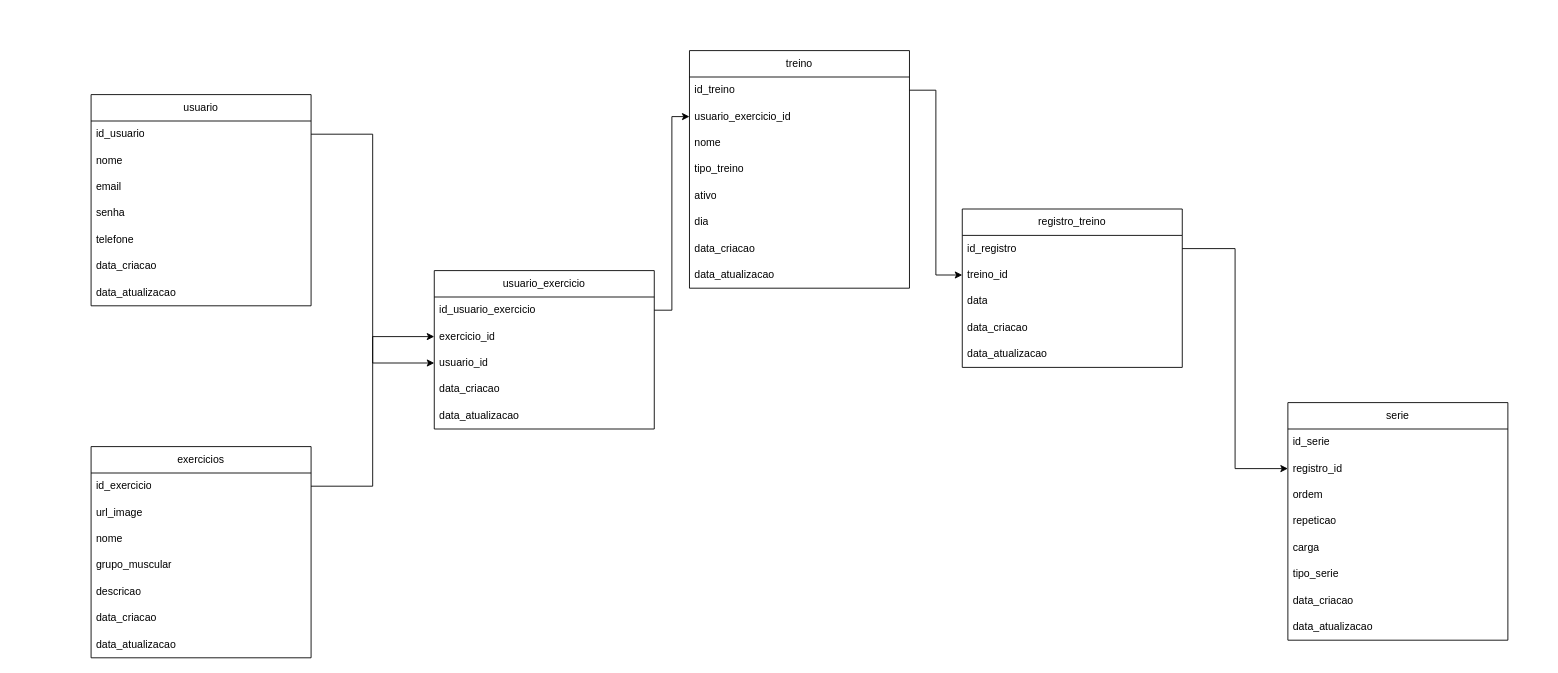
Before: data_base/modelagem_logica .drawio in viniciusfariac/projeto-my-gym, a draw.io diagram. Source tidied: cells renumbered, new cells numbered last; positions are measured from the earlier drawing's top-left corner, leaving out a move shared by most shapes. Both pictures are drawn from the tidied source at 88%, with x=0, y=0 at pixel (91, 50).
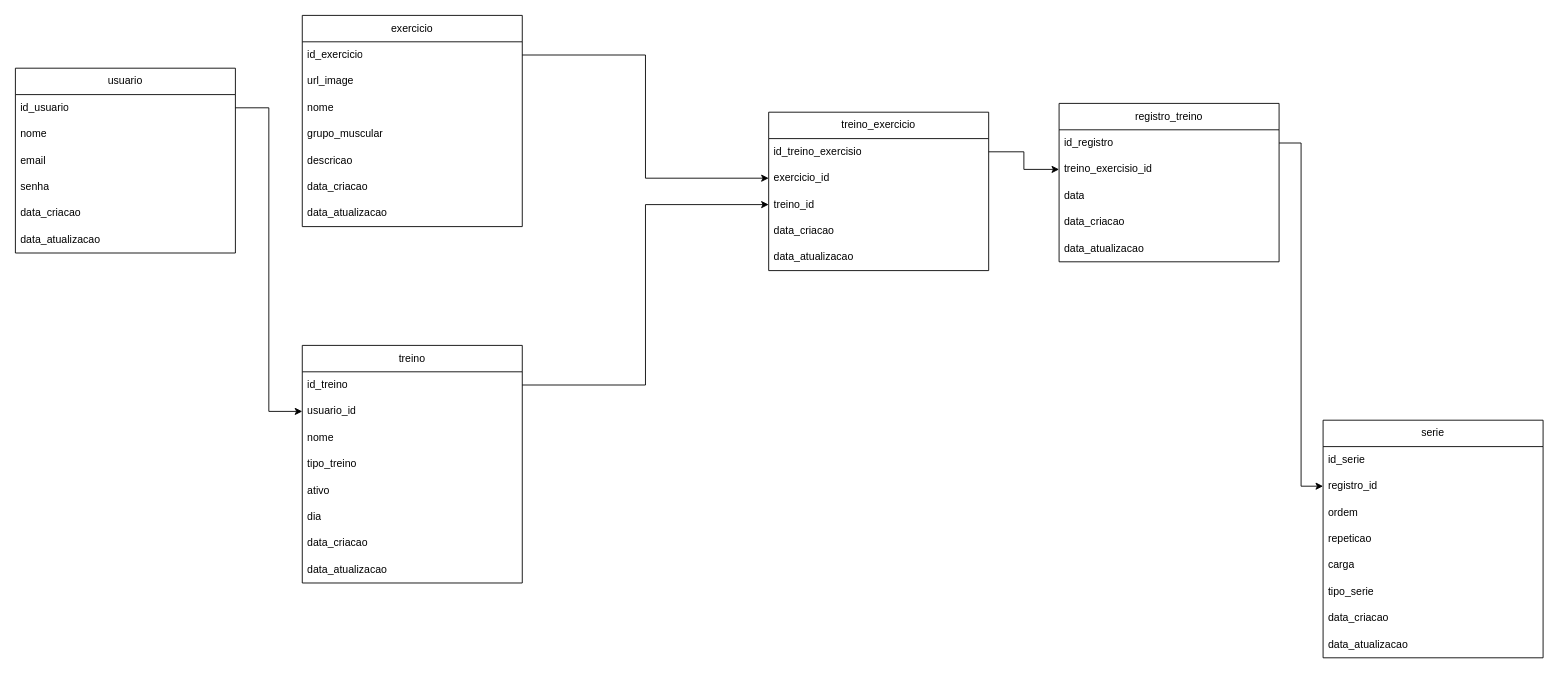
The same page after the edit.

Commit message (it also covers changes not shown here):
feat: adicionando o banco atualizado e funcionando

Unchanged cells that the change refers to:
```xml
<mxCell id="3" value="id_usuario" style="text;strokeColor=none;fillColor=none;align=left;verticalAlign=middle;spacingLeft=4;spacingRight=4;overflow=hidden;points=[[0,0.5],[1,0.5]];portConstraint=eastwest;whiteSpace=wrap;html=1;" parent="2" vertex="1">
  <mxGeometry y="30" width="250" height="30" as="geometry" />
</mxCell>
<mxCell id="11" value="id_exercicio" style="text;strokeColor=none;fillColor=none;align=left;verticalAlign=middle;spacingLeft=4;spacingRight=4;overflow=hidden;points=[[0,0.5],[1,0.5]];portConstraint=eastwest;whiteSpace=wrap;html=1;" parent="10" vertex="1">
  <mxGeometry y="30" width="250" height="30" as="geometry" />
</mxCell>
<mxCell id="20" value="exercicio_id" style="text;strokeColor=none;fillColor=none;align=left;verticalAlign=middle;spacingLeft=4;spacingRight=4;overflow=hidden;points=[[0,0.5],[1,0.5]];portConstraint=eastwest;whiteSpace=wrap;html=1;" parent="18" vertex="1">
  <mxGeometry y="60" width="250" height="30" as="geometry" />
</mxCell>
<mxCell id="25" value="id_registro" style="text;strokeColor=none;fillColor=none;align=left;verticalAlign=middle;spacingLeft=4;spacingRight=4;overflow=hidden;points=[[0,0.5],[1,0.5]];portConstraint=eastwest;whiteSpace=wrap;html=1;" parent="24" vertex="1">
  <mxGeometry y="30" width="250" height="30" as="geometry" />
</mxCell>
<mxCell id="34" value="registro_id" style="text;strokeColor=none;fillColor=none;align=left;verticalAlign=middle;spacingLeft=4;spacingRight=4;overflow=hidden;points=[[0,0.5],[1,0.5]];portConstraint=eastwest;whiteSpace=wrap;html=1;" parent="32" vertex="1">
  <mxGeometry y="60" width="250" height="30" as="geometry" />
</mxCell>
<mxCell id="43" value="id_treino" style="text;strokeColor=none;fillColor=none;align=left;verticalAlign=middle;spacingLeft=4;spacingRight=4;overflow=hidden;points=[[0,0.5],[1,0.5]];portConstraint=eastwest;whiteSpace=wrap;html=1;" parent="42" vertex="1">
  <mxGeometry y="30" width="250" height="30" as="geometry" />
</mxCell>
```

Change to the diagram source:
```diff
@@
     <mxCell id="2" value="usuario" style="swimlane;fontStyle=0;horizontal=1;startSize=30;whiteSpace=wrap;html=1;" parent="1" vertex="1">
-      <mxGeometry y="50" width="250" height="240" as="geometry" />
+      <mxGeometry x="-86" y="20" width="250" height="210" as="geometry" />
     </mxCell>
@@
-    <mxCell id="7" value="telefone" style="text;strokeColor=none;fillColor=none;align=left;verticalAlign=middle;spacingLeft=4;spacingRight=4;overflow=hidden;whiteSpace=wrap;html=1;" parent="2" vertex="1">
-      <mxGeometry y="150" width="250" height="30" as="geometry" />
-    </mxCell>
     <mxCell id="8" value="data_criacao" style="text;strokeColor=none;fillColor=none;align=left;verticalAlign=middle;spacingLeft=4;spacingRight=4;overflow=hidden;whiteSpace=wrap;html=1;" parent="2" vertex="1">
-      <mxGeometry y="180" width="250" height="30" as="geometry" />
+      <mxGeometry y="150" width="250" height="30" as="geometry" />
     </mxCell>
     <mxCell id="9" value="data_atualizacao" style="text;strokeColor=none;fillColor=none;align=left;verticalAlign=middle;spacingLeft=4;spacingRight=4;overflow=hidden;whiteSpace=wrap;html=1;" parent="2" vertex="1">
-      <mxGeometry y="210" width="250" height="30" as="geometry" />
+      <mxGeometry y="180" width="250" height="30" as="geometry" />
     </mxCell>
-    <mxCell id="10" value="exercicios" style="swimlane;fontStyle=0;horizontal=1;startSize=30;whiteSpace=wrap;html=1;" parent="1" vertex="1">
-      <mxGeometry y="450" width="250" height="240" as="geometry" />
+    <mxCell id="10" value="exercicio" style="swimlane;fontStyle=0;horizontal=1;startSize=30;whiteSpace=wrap;html=1;" parent="1" vertex="1">
+      <mxGeometry x="240" y="-40" width="250" height="240" as="geometry" />
     </mxCell>
@@
-    <mxCell id="18" value="usuario_exercicio" style="swimlane;fontStyle=0;horizontal=1;startSize=30;whiteSpace=wrap;html=1;" parent="1" vertex="1">
-      <mxGeometry x="390" y="250" width="250" height="180" as="geometry" />
+    <mxCell id="18" value="treino_exercic&lt;span style=&quot;background-color: transparent; color: light-dark(rgb(0, 0, 0), rgb(255, 255, 255));&quot;&gt;io&lt;/span&gt;" style="swimlane;fontStyle=0;horizontal=1;startSize=30;whiteSpace=wrap;html=1;" parent="1" vertex="1">
+      <mxGeometry x="770" y="70" width="250" height="180" as="geometry" />
     </mxCell>
-    <mxCell id="19" value="id_usuario_exercicio" style="text;strokeColor=none;fillColor=none;align=left;verticalAlign=middle;spacingLeft=4;spacingRight=4;overflow=hidden;points=[[0,0.5],[1,0.5]];portConstraint=eastwest;whiteSpace=wrap;html=1;" parent="18" vertex="1">
+    <mxCell id="19" value="id_treino_exercisio" style="text;strokeColor=none;fillColor=none;align=left;verticalAlign=middle;spacingLeft=4;spacingRight=4;overflow=hidden;points=[[0,0.5],[1,0.5]];portConstraint=eastwest;whiteSpace=wrap;html=1;" parent="18" vertex="1">
       <mxGeometry y="30" width="250" height="30" as="geometry" />
     </mxCell>
@@
-    <mxCell id="21" value="usuario_id" style="text;strokeColor=none;fillColor=none;align=left;verticalAlign=middle;spacingLeft=4;spacingRight=4;overflow=hidden;points=[[0,0.5],[1,0.5]];portConstraint=eastwest;whiteSpace=wrap;html=1;" parent="18" vertex="1">
+    <mxCell id="21" value="treino_id" style="text;strokeColor=none;fillColor=none;align=left;verticalAlign=middle;spacingLeft=4;spacingRight=4;overflow=hidden;points=[[0,0.5],[1,0.5]];portConstraint=eastwest;whiteSpace=wrap;html=1;" parent="18" vertex="1">
       <mxGeometry y="90" width="250" height="30" as="geometry" />
     </mxCell>
@@
     <mxCell id="24" value="registro_treino" style="swimlane;fontStyle=0;horizontal=1;startSize=30;whiteSpace=wrap;html=1;" parent="1" vertex="1">
-      <mxGeometry x="990" y="180" width="250" height="180" as="geometry" />
+      <mxGeometry x="1100" y="60" width="250" height="180" as="geometry" />
     </mxCell>
@@
-    <mxCell id="26" value="treino_id" style="text;strokeColor=none;fillColor=none;align=left;verticalAlign=middle;spacingLeft=4;spacingRight=4;overflow=hidden;points=[[0,0.5],[1,0.5]];portConstraint=eastwest;whiteSpace=wrap;html=1;" parent="24" vertex="1">
+    <mxCell id="26" value="treino_exercisio_id" style="text;strokeColor=none;fillColor=none;align=left;verticalAlign=middle;spacingLeft=4;spacingRight=4;overflow=hidden;points=[[0,0.5],[1,0.5]];portConstraint=eastwest;whiteSpace=wrap;html=1;" parent="24" vertex="1">
       <mxGeometry y="60" width="250" height="30" as="geometry" />
     </mxCell>
@@
-    <mxCell id="30" style="edgeStyle=orthogonalEdgeStyle;rounded=0;jettySize=auto;html=1;" parent="1" edge="1" source="3" target="21">
-      <mxGeometry relative="1" as="geometry" />
-    </mxCell>
-    <mxCell id="31" style="edgeStyle=orthogonalEdgeStyle;rounded=0;jettySize=auto;html=1;" parent="1" edge="1" source="11" target="20">
-      <mxGeometry relative="1" as="geometry" />
-    </mxCell>
     <mxCell id="32" value="serie" style="swimlane;fontStyle=0;horizontal=1;startSize=30;whiteSpace=wrap;html=1;" parent="1" vertex="1">
-      <mxGeometry x="1360" y="400" width="250" height="270" as="geometry" />
+      <mxGeometry x="1400" y="420" width="250" height="270" as="geometry" />
     </mxCell>
@@
-    <mxCell id="41" style="edgeStyle=orthogonalEdgeStyle;rounded=0;jettySize=auto;html=1;" parent="1" edge="1" source="25" target="34">
-      <mxGeometry relative="1" as="geometry" />
-    </mxCell>
     <mxCell id="42" value="treino" style="swimlane;fontStyle=0;horizontal=1;startSize=30;whiteSpace=wrap;html=1;" parent="1" vertex="1">
-      <mxGeometry x="680" width="250" height="270" as="geometry" />
+      <mxGeometry x="240" y="335" width="250" height="270" as="geometry" />
     </mxCell>
@@
-    <mxCell id="44" value="usuario_exercicio_id" style="text;strokeColor=none;fillColor=none;align=left;verticalAlign=middle;spacingLeft=4;spacingRight=4;overflow=hidden;points=[[0,0.5],[1,0.5]];portConstraint=eastwest;whiteSpace=wrap;html=1;" parent="42" vertex="1">
+    <mxCell id="44" value="usuario_id" style="text;strokeColor=none;fillColor=none;align=left;verticalAlign=middle;spacingLeft=4;spacingRight=4;overflow=hidden;points=[[0,0.5],[1,0.5]];portConstraint=eastwest;whiteSpace=wrap;html=1;" parent="42" vertex="1">
       <mxGeometry y="60" width="250" height="30" as="geometry" />
     </mxCell>
@@
-    <mxCell id="51" style="edgeStyle=orthogonalEdgeStyle;rounded=0;jettySize=auto;html=1;" parent="1" edge="1" source="19" target="44">
-      <mxGeometry relative="1" as="geometry" />
-    </mxCell>
-    <mxCell id="52" style="edgeStyle=orthogonalEdgeStyle;rounded=0;jettySize=auto;html=1;" parent="1" edge="1" source="43" target="26">
-      <mxGeometry relative="1" as="geometry" />
-    </mxCell>
+    <mxCell id="41" style="edgeStyle=orthogonalEdgeStyle;rounded=0;jettySize=auto;html=1;" parent="1" edge="1" source="25" target="34">
+      <mxGeometry relative="1" as="geometry" />
+    </mxCell>
+    <mxCell id="53" style="edgeStyle=orthogonalEdgeStyle;rounded=0;jettySize=auto;html=1;" parent="1" edge="1" source="3" target="44">
+      <mxGeometry relative="1" as="geometry" />
+    </mxCell>
+    <mxCell id="54" style="edgeStyle=orthogonalEdgeStyle;rounded=0;jettySize=auto;html=1;entryX=0;entryY=0.5;entryDx=0;entryDy=0;" parent="1" edge="1" source="43" target="21">
+      <mxGeometry relative="1" as="geometry" />
+    </mxCell>
+    <mxCell id="31" style="edgeStyle=orthogonalEdgeStyle;rounded=0;jettySize=auto;html=1;entryX=0;entryY=0.5;entryDx=0;entryDy=0;" parent="1" edge="1" source="11" target="20">
+      <mxGeometry relative="1" as="geometry" />
+    </mxCell>
+    <mxCell id="55" style="edgeStyle=orthogonalEdgeStyle;rounded=0;jettySize=auto;html=1;entryX=0;entryY=0.5;entryDx=0;entryDy=0;" parent="1" edge="1" source="19" target="26">
+      <mxGeometry relative="1" as="geometry" />
+    </mxCell>
```
